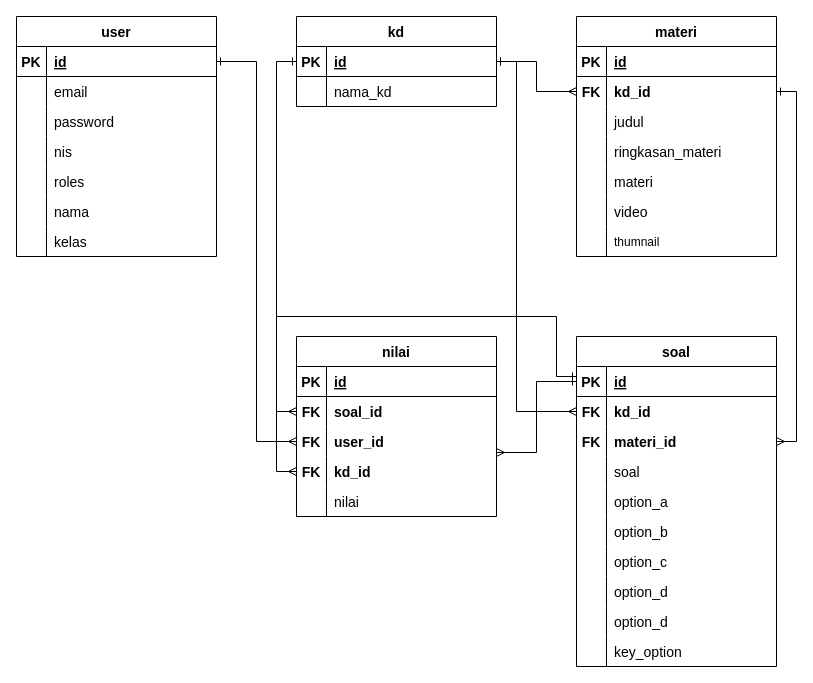
muhaziz28/Muhaziz28 keeps this draw.io diagram as Untitled Diagram.drawio. Above is the earlier version. Source tidied: cells renumbered, new cells numbered last; positions are measured from the earlier drawing's top-left corner, leaving out a move shared by most shapes. Both pictures are drawn from the tidied source at 100%, with x=0, y=0 at pixel (16, 16).
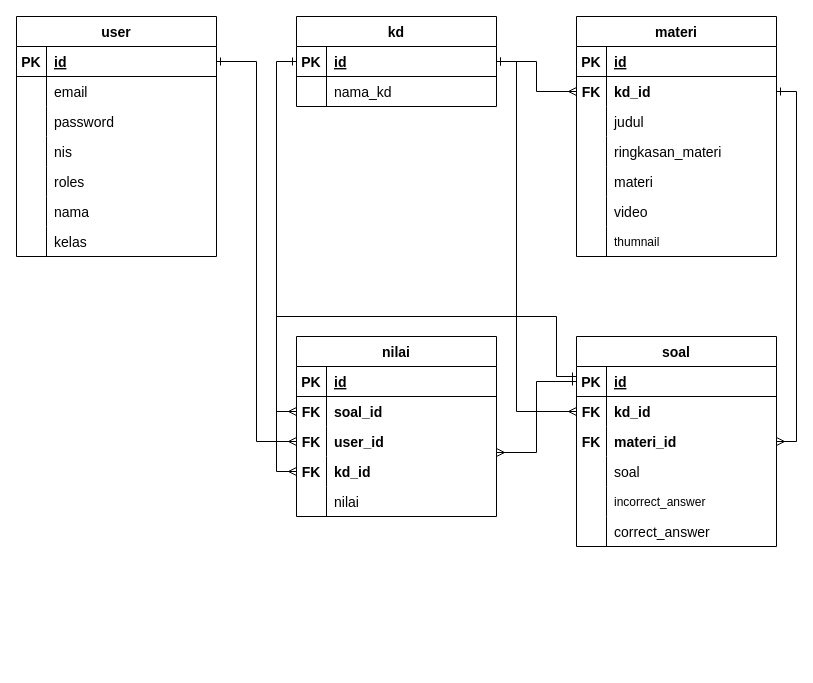
After the change.

The edit, as a diff of the source:
```diff
@@
     <mxCell id="55" value="soal" style="shape=table;startSize=30;childLayout=tableLayout;rowLines=0;fontStyle=1;align=center;fontSize=14;" parent="1" vertex="1">
-      <mxGeometry x="560" y="320" width="200" height="330" as="geometry" />
+      <mxGeometry x="560" y="320" width="200" height="210" as="geometry" />
     </mxCell>
@@
-    <mxCell id="68" style="shape=partialRectangle;fillColor=none;top=0;left=0;bottom=0;right=0;fontSize=14;" parent="55" vertex="1">
-      <mxGeometry y="150" width="200" height="30" as="geometry" />
-    </mxCell>
-    <mxCell id="69" style="shape=partialRectangle;fillColor=none;top=0;left=0;bottom=0;right=0;overflow=hidden;fontSize=14;" parent="68" vertex="1">
-      <mxGeometry width="30" height="30" as="geometry" />
-    </mxCell>
-    <mxCell id="70" value="option_a" style="shape=partialRectangle;fillColor=none;top=0;left=0;bottom=0;right=0;align=left;spacingLeft=6;overflow=hidden;fontSize=14;" parent="68" vertex="1">
-      <mxGeometry x="30" width="170" height="30" as="geometry" />
-    </mxCell>
-    <mxCell id="71" style="shape=partialRectangle;fillColor=none;top=0;left=0;bottom=0;right=0;fontSize=14;" parent="55" vertex="1">
-      <mxGeometry y="180" width="200" height="30" as="geometry" />
-    </mxCell>
-    <mxCell id="72" style="shape=partialRectangle;fillColor=none;top=0;left=0;bottom=0;right=0;overflow=hidden;fontSize=14;" parent="71" vertex="1">
-      <mxGeometry width="30" height="30" as="geometry" />
-    </mxCell>
-    <mxCell id="73" value="option_b" style="shape=partialRectangle;fillColor=none;top=0;left=0;bottom=0;right=0;align=left;spacingLeft=6;overflow=hidden;fontSize=14;" parent="71" vertex="1">
-      <mxGeometry x="30" width="170" height="30" as="geometry" />
-    </mxCell>
-    <mxCell id="74" style="shape=partialRectangle;fillColor=none;top=0;left=0;bottom=0;right=0;fontSize=14;" parent="55" vertex="1">
-      <mxGeometry y="210" width="200" height="30" as="geometry" />
-    </mxCell>
-    <mxCell id="75" style="shape=partialRectangle;fillColor=none;top=0;left=0;bottom=0;right=0;overflow=hidden;fontSize=14;" parent="74" vertex="1">
-      <mxGeometry width="30" height="30" as="geometry" />
-    </mxCell>
-    <mxCell id="76" value="option_c" style="shape=partialRectangle;fillColor=none;top=0;left=0;bottom=0;right=0;align=left;spacingLeft=6;overflow=hidden;fontSize=14;" parent="74" vertex="1">
-      <mxGeometry x="30" width="170" height="30" as="geometry" />
-    </mxCell>
-    <mxCell id="77" style="shape=partialRectangle;fillColor=none;top=0;left=0;bottom=0;right=0;fontSize=14;" parent="55" vertex="1">
-      <mxGeometry y="240" width="200" height="30" as="geometry" />
-    </mxCell>
-    <mxCell id="78" style="shape=partialRectangle;fillColor=none;top=0;left=0;bottom=0;right=0;overflow=hidden;fontSize=14;" parent="77" vertex="1">
-      <mxGeometry width="30" height="30" as="geometry" />
-    </mxCell>
-    <mxCell id="79" value="option_d" style="shape=partialRectangle;fillColor=none;top=0;left=0;bottom=0;right=0;align=left;spacingLeft=6;overflow=hidden;fontSize=14;" parent="77" vertex="1">
-      <mxGeometry x="30" width="170" height="30" as="geometry" />
-    </mxCell>
-    <mxCell id="80" style="shape=partialRectangle;fillColor=none;top=0;left=0;bottom=0;right=0;fontSize=14;" parent="55" vertex="1">
-      <mxGeometry y="270" width="200" height="30" as="geometry" />
-    </mxCell>
-    <mxCell id="81" style="shape=partialRectangle;fillColor=none;top=0;left=0;bottom=0;right=0;overflow=hidden;fontSize=14;" parent="80" vertex="1">
-      <mxGeometry width="30" height="30" as="geometry" />
-    </mxCell>
-    <mxCell id="82" value="option_d" style="shape=partialRectangle;fillColor=none;top=0;left=0;bottom=0;right=0;align=left;spacingLeft=6;overflow=hidden;fontSize=14;" parent="80" vertex="1">
-      <mxGeometry x="30" width="170" height="30" as="geometry" />
-    </mxCell>
+    <mxCell id="107" style="shape=partialRectangle;fillColor=none;top=0;left=0;bottom=0;right=0;" parent="55" vertex="1">
+      <mxGeometry y="150" width="200" height="30" as="geometry" />
+    </mxCell>
+    <mxCell id="108" style="shape=partialRectangle;fillColor=none;top=0;left=0;bottom=0;right=0;overflow=hidden;" parent="107" vertex="1">
+      <mxGeometry width="30" height="30" as="geometry" />
+    </mxCell>
+    <mxCell id="109" value="incorrect_answer" style="shape=partialRectangle;fillColor=none;top=0;left=0;bottom=0;right=0;align=left;spacingLeft=6;overflow=hidden;" parent="107" vertex="1">
+      <mxGeometry x="30" width="170" height="30" as="geometry" />
+    </mxCell>
     <mxCell id="83" style="shape=partialRectangle;fillColor=none;top=0;left=0;bottom=0;right=0;fontSize=14;" parent="55" vertex="1">
-      <mxGeometry y="300" width="200" height="30" as="geometry" />
+      <mxGeometry y="180" width="200" height="30" as="geometry" />
     </mxCell>
@@
-    <mxCell id="85" value="key_option" style="shape=partialRectangle;fillColor=none;top=0;left=0;bottom=0;right=0;align=left;spacingLeft=6;overflow=hidden;fontSize=14;" parent="83" vertex="1">
+    <mxCell id="85" value="correct_answer" style="shape=partialRectangle;fillColor=none;top=0;left=0;bottom=0;right=0;align=left;spacingLeft=6;overflow=hidden;fontSize=14;" parent="83" vertex="1">
       <mxGeometry x="30" width="170" height="30" as="geometry" />
     </mxCell>
```
